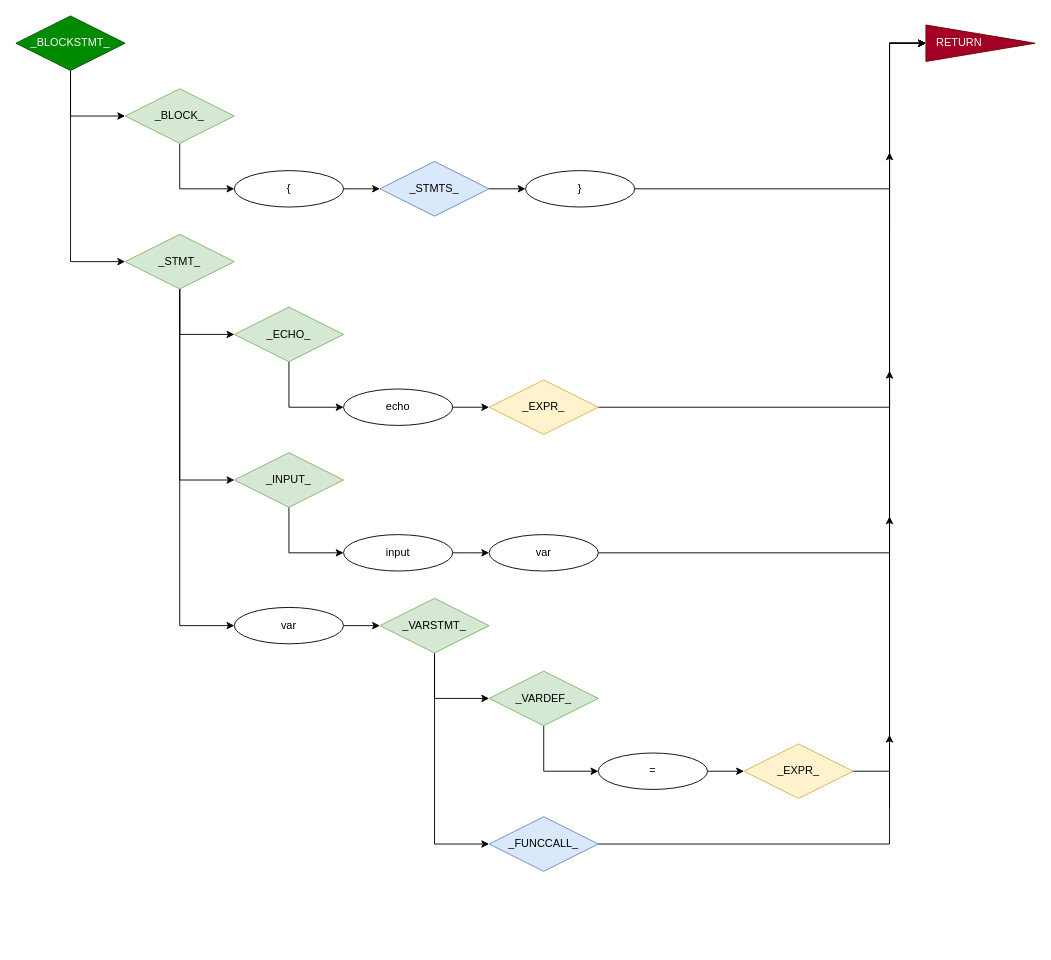
Before: page "_BLOCKSTMT_" (3 of 8) of CFG.drawio in ZacharyYGateley/Compiler, a draw.io diagram. Source tidied: cells renumbered, new cells numbered last; positions are measured from the earlier drawing's top-left corner, leaving out a move shared by most shapes. Both pictures are drawn from the tidied source at 91%, with x=0, y=0 at pixel (15, 15).
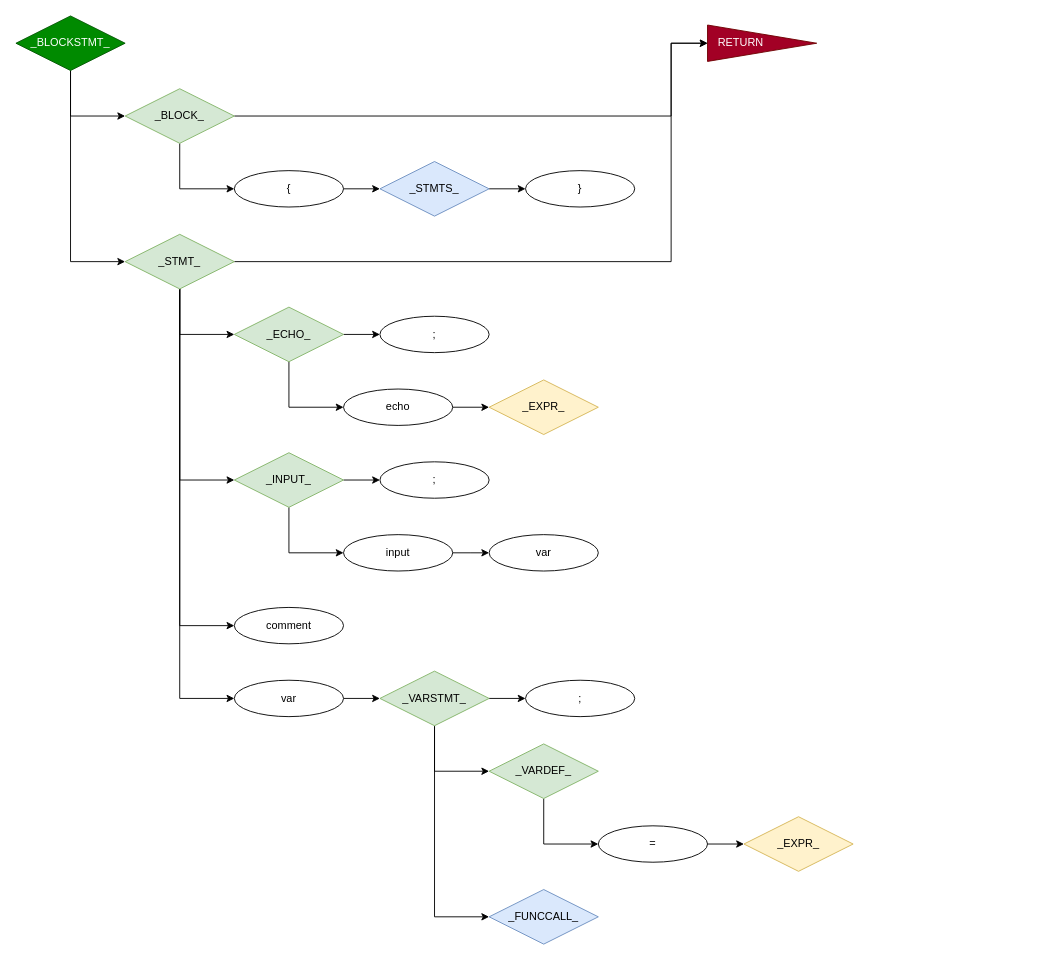
Above is the later version.

The change refers to these unchanged cells:
```xml
<mxCell id="6" value="_BLOCK_" style="rhombus;whiteSpace=wrap;html=1;fillColor=#d5e8d4;strokeColor=#82b366;" parent="1" vertex="1">
  <mxGeometry x="120" y="80" width="120" height="60" as="geometry" />
</mxCell>
<mxCell id="10" value="_STMT_" style="rhombus;whiteSpace=wrap;html=1;fillColor=#d5e8d4;strokeColor=#82b366;" parent="1" vertex="1">
  <mxGeometry x="120" y="240" width="120" height="60" as="geometry" />
</mxCell>
<mxCell id="16" value="}" style="ellipse;whiteSpace=wrap;html=1;" parent="1" vertex="1">
  <mxGeometry x="560" y="170" width="120" height="40" as="geometry" />
</mxCell>
<mxCell id="23" value="_EXPR_" style="rhombus;whiteSpace=wrap;html=1;fillColor=#fff2cc;strokeColor=#d6b656;" parent="1" vertex="1">
  <mxGeometry x="520" y="400" width="120" height="60" as="geometry" />
</mxCell>
<mxCell id="39" value="_ECHO_" style="rhombus;whiteSpace=wrap;html=1;fillColor=#d5e8d4;strokeColor=#82b366;" parent="1" vertex="1">
  <mxGeometry x="240" y="320" width="120" height="60" as="geometry" />
</mxCell>
<mxCell id="44" value="_INPUT_" style="rhombus;whiteSpace=wrap;html=1;fillColor=#d5e8d4;strokeColor=#82b366;" parent="1" vertex="1">
  <mxGeometry x="240" y="480" width="120" height="60" as="geometry" />
</mxCell>
<mxCell id="46" value="var" style="ellipse;whiteSpace=wrap;html=1;" parent="1" vertex="1">
  <mxGeometry x="520" y="570" width="120" height="40" as="geometry" />
</mxCell>
```

Change to the diagram source:
```diff
@@
+    <mxCell id="47" style="edgeStyle=orthogonalEdgeStyle;rounded=0;jettySize=auto;html=1;exitX=1;exitY=0.5;exitDx=0;exitDy=0;entryX=0;entryY=0.5;entryDx=0;entryDy=0;" parent="1" edge="1" source="6" target="24">
+      <mxGeometry relative="1" as="geometry">
+        <Array as="points">
+          <mxPoint x="720" y="110" />
+          <mxPoint x="720" y="30" />
+        </Array>
+      </mxGeometry>
+    </mxCell>
@@
+    <mxCell id="48" style="edgeStyle=orthogonalEdgeStyle;rounded=0;jettySize=auto;html=1;exitX=0.5;exitY=1;exitDx=0;exitDy=0;entryX=0;entryY=0.5;entryDx=0;entryDy=0;" parent="1" edge="1" source="10" target="55">
+      <mxGeometry relative="1" as="geometry" />
+    </mxCell>
+    <mxCell id="49" style="edgeStyle=orthogonalEdgeStyle;rounded=0;jettySize=auto;html=1;exitX=1;exitY=0.5;exitDx=0;exitDy=0;entryX=0;entryY=0.5;entryDx=0;entryDy=0;" parent="1" edge="1" source="10" target="24">
+      <mxGeometry relative="1" as="geometry">
+        <Array as="points">
+          <mxPoint x="720" y="270" />
+          <mxPoint x="720" y="30" />
+        </Array>
+      </mxGeometry>
+    </mxCell>
@@
-    <mxCell id="15" style="edgeStyle=orthogonalEdgeStyle;rounded=0;jettySize=auto;html=1;exitX=1;exitY=0.5;exitDx=0;exitDy=0;entryX=0;entryY=0.5;entryDx=0;entryDy=0;" parent="1" edge="1" source="16" target="24">
-      <mxGeometry relative="1" as="geometry">
-        <Array as="points">
-          <mxPoint x="960" y="190" />
-          <mxPoint x="960" y="30" />
-        </Array>
-      </mxGeometry>
-    </mxCell>
@@
+    <mxCell id="50" style="edgeStyle=orthogonalEdgeStyle;rounded=0;jettySize=auto;html=1;exitX=1;exitY=0.5;exitDx=0;exitDy=0;entryX=0;entryY=0.5;entryDx=0;entryDy=0;" parent="1" edge="1" source="19" target="56">
+      <mxGeometry relative="1" as="geometry" />
+    </mxCell>
     <mxCell id="19" value="_VARSTMT_" style="rhombus;whiteSpace=wrap;html=1;fillColor=#d5e8d4;strokeColor=#82b366;" parent="1" vertex="1">
-      <mxGeometry x="400" y="640" width="120" height="60" as="geometry" />
+      <mxGeometry x="400" y="720" width="120" height="60" as="geometry" />
     </mxCell>
@@
-    <mxCell id="22" style="edgeStyle=orthogonalEdgeStyle;rounded=0;jettySize=auto;html=1;exitX=1;exitY=0.5;exitDx=0;exitDy=0;entryX=0;entryY=0.5;entryDx=0;entryDy=0;" parent="1" edge="1" source="23" target="24">
-      <mxGeometry relative="1" as="geometry">
-        <Array as="points">
-          <mxPoint x="960" y="430" />
-          <mxPoint x="960" y="30" />
-        </Array>
-      </mxGeometry>
-    </mxCell>
@@
     <mxCell id="24" value="RETURN&amp;nbsp; &amp;nbsp; &amp;nbsp; &amp;nbsp; &amp;nbsp; &amp;nbsp; &amp;nbsp;&amp;nbsp;" style="triangle;whiteSpace=wrap;html=1;fillColor=#a20025;strokeColor=#6F0000;fontColor=#ffffff;" parent="1" vertex="1">
-      <mxGeometry x="1000" y="10" width="120" height="40" as="geometry" />
+      <mxGeometry x="760" y="10" width="120" height="40" as="geometry" />
     </mxCell>
@@
     <mxCell id="26" value="var" style="ellipse;whiteSpace=wrap;html=1;" parent="1" vertex="1">
-      <mxGeometry x="240" y="650" width="120" height="40" as="geometry" />
+      <mxGeometry x="240" y="730" width="120" height="40" as="geometry" />
     </mxCell>
@@
     <mxCell id="28" value="_VARDEF_" style="rhombus;whiteSpace=wrap;html=1;fillColor=#d5e8d4;strokeColor=#82b366;" parent="1" vertex="1">
-      <mxGeometry x="520" y="720" width="120" height="60" as="geometry" />
+      <mxGeometry x="520" y="800" width="120" height="60" as="geometry" />
     </mxCell>
@@
     <mxCell id="30" value="=" style="ellipse;whiteSpace=wrap;html=1;" parent="1" vertex="1">
-      <mxGeometry x="640" y="810" width="120" height="40" as="geometry" />
+      <mxGeometry x="640" y="890" width="120" height="40" as="geometry" />
     </mxCell>
-    <mxCell id="31" style="edgeStyle=orthogonalEdgeStyle;rounded=0;jettySize=auto;html=1;exitX=1;exitY=0.5;exitDx=0;exitDy=0;entryX=0;entryY=0.5;entryDx=0;entryDy=0;" parent="1" edge="1" source="32" target="24">
-      <mxGeometry relative="1" as="geometry">
-        <Array as="points">
-          <mxPoint x="960" y="910" />
-          <mxPoint x="960" y="30" />
-        </Array>
-      </mxGeometry>
-    </mxCell>
     <mxCell id="32" value="_FUNCCALL_" style="rhombus;whiteSpace=wrap;html=1;fillColor=#dae8fc;strokeColor=#6c8ebf;" parent="1" vertex="1">
-      <mxGeometry x="520" y="880" width="120" height="60" as="geometry" />
+      <mxGeometry x="520" y="960" width="120" height="60" as="geometry" />
     </mxCell>
-    <mxCell id="33" style="edgeStyle=orthogonalEdgeStyle;rounded=0;jettySize=auto;html=1;exitX=1;exitY=0.5;exitDx=0;exitDy=0;entryX=0;entryY=0.5;entryDx=0;entryDy=0;" parent="1" edge="1" source="34" target="24">
-      <mxGeometry relative="1" as="geometry">
-        <Array as="points">
-          <mxPoint x="960" y="830" />
-          <mxPoint x="960" y="30" />
-        </Array>
-      </mxGeometry>
-    </mxCell>
     <mxCell id="34" value="_EXPR_" style="rhombus;whiteSpace=wrap;html=1;fillColor=#fff2cc;strokeColor=#d6b656;" parent="1" vertex="1">
-      <mxGeometry x="800" y="800" width="120" height="60" as="geometry" />
+      <mxGeometry x="800" y="880" width="120" height="60" as="geometry" />
     </mxCell>
-    <mxCell id="35" style="endArrow=classic;html=1;" parent="1" edge="1">
-      <mxGeometry relative="1" as="geometry">
-        <mxPoint x="960" y="230" as="sourcePoint" />
-        <mxPoint x="960" y="150" as="targetPoint" />
-      </mxGeometry>
-    </mxCell>
-    <mxCell id="36" style="endArrow=classic;html=1;" parent="1" edge="1">
-      <mxGeometry relative="1" as="geometry">
-        <mxPoint x="960" y="470" as="sourcePoint" />
-        <mxPoint x="960" y="390" as="targetPoint" />
-      </mxGeometry>
-    </mxCell>
-    <mxCell id="37" style="endArrow=classic;html=1;" parent="1" edge="1">
-      <mxGeometry relative="1" as="geometry">
-        <mxPoint x="960" y="870" as="sourcePoint" />
-        <mxPoint x="960" y="790" as="targetPoint" />
-      </mxGeometry>
-    </mxCell>
@@
+    <mxCell id="51" style="edgeStyle=orthogonalEdgeStyle;rounded=0;jettySize=auto;html=1;exitX=1;exitY=0.5;exitDx=0;exitDy=0;entryX=0;entryY=0.5;entryDx=0;entryDy=0;" parent="1" edge="1" source="39" target="53">
+      <mxGeometry relative="1" as="geometry" />
+    </mxCell>
@@
-    <mxCell id="42" style="endArrow=classic;html=1;" parent="1" edge="1">
-      <mxGeometry relative="1" as="geometry">
-        <mxPoint x="960" y="630" as="sourcePoint" />
-        <mxPoint x="960" y="550" as="targetPoint" />
-      </mxGeometry>
-    </mxCell>
@@
+    <mxCell id="52" style="edgeStyle=orthogonalEdgeStyle;rounded=0;jettySize=auto;html=1;exitX=1;exitY=0.5;exitDx=0;exitDy=0;entryX=0;entryY=0.5;entryDx=0;entryDy=0;" parent="1" edge="1" source="44" target="54">
+      <mxGeometry relative="1" as="geometry" />
+    </mxCell>
@@
-    <mxCell id="45" style="edgeStyle=orthogonalEdgeStyle;rounded=0;jettySize=auto;html=1;exitX=1;exitY=0.5;exitDx=0;exitDy=0;entryX=0;entryY=0.5;entryDx=0;entryDy=0;" parent="1" edge="1" source="46" target="24">
-      <mxGeometry relative="1" as="geometry">
-        <Array as="points">
-          <mxPoint x="960" y="590" />
-          <mxPoint x="960" y="30" />
-        </Array>
-      </mxGeometry>
-    </mxCell>
@@
+    <mxCell id="53" value=";" style="ellipse;whiteSpace=wrap;html=1;" parent="1" vertex="1">
+      <mxGeometry x="400" y="330" width="120" height="40" as="geometry" />
+    </mxCell>
+    <mxCell id="54" value=";" style="ellipse;whiteSpace=wrap;html=1;" parent="1" vertex="1">
+      <mxGeometry x="400" y="490" width="120" height="40" as="geometry" />
+    </mxCell>
+    <mxCell id="55" value="comment" style="ellipse;whiteSpace=wrap;html=1;" parent="1" vertex="1">
+      <mxGeometry x="240" y="650" width="120" height="40" as="geometry" />
+    </mxCell>
+    <mxCell id="56" value=";" style="ellipse;whiteSpace=wrap;html=1;" parent="1" vertex="1">
+      <mxGeometry x="560" y="730" width="120" height="40" as="geometry" />
+    </mxCell>
```
